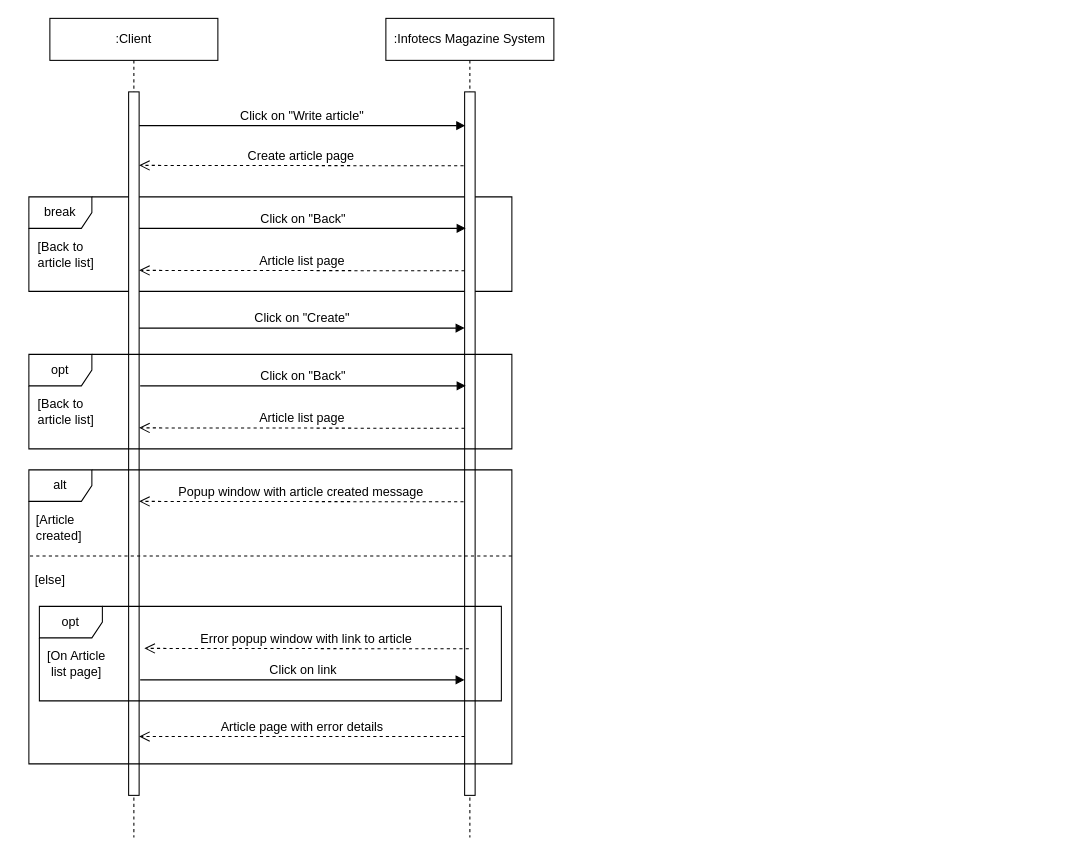
The draw.io diagram Artifacts/Sequence Diagram Create Article.drawio in HelenMakarchuk/Infotecs.Tasks, before the edit. Source tidied: cells renumbered, new cells numbered last; positions are measured from the earlier drawing's top-left corner, leaving out a move shared by most shapes. Both pictures are drawn from the tidied source at 105%, with x=0, y=0 at pixel (18, 18).
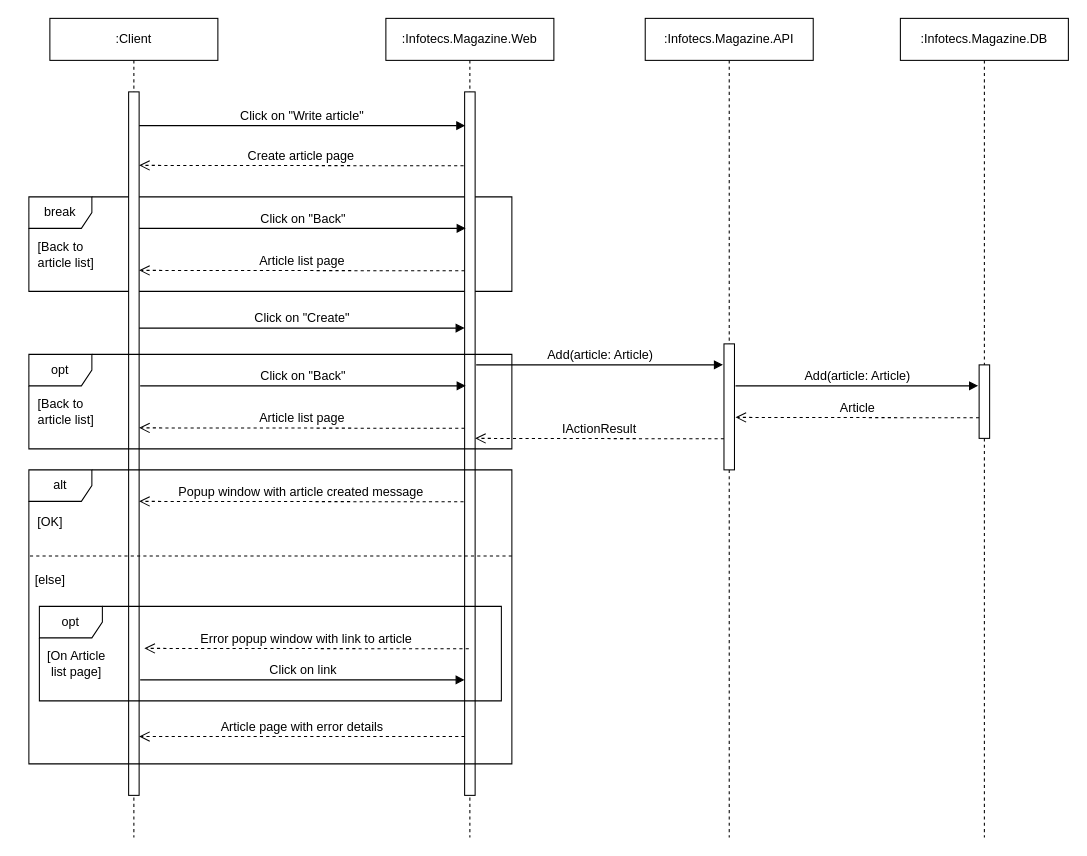
The same diagram, later.

Commit message (it also covers changes not shown here):
Update Class Diagram, Sequence Diagram

Diff of the diagram source:
```diff
@@
-    <mxCell id="5" value=":Infotecs Magazine System" style="shape=umlLifeline;perimeter=lifelinePerimeter;whiteSpace=wrap;html=1;fontSize=12;" parent="1" vertex="1">
+    <mxCell id="5" value=":Infotecs.Magazine.Web" style="shape=umlLifeline;perimeter=lifelinePerimeter;whiteSpace=wrap;html=1;fontSize=12;" parent="1" vertex="1">
       <mxGeometry x="350" width="160" height="780" as="geometry" />
     </mxCell>
@@
-    <mxCell id="19" value="[Article &lt;br style=&quot;font-size: 12px;&quot;&gt;&amp;nbsp; created]" style="text;html=1;align=center;verticalAlign=middle;fontSize=12;" parent="1" vertex="1">
-      <mxGeometry y="470" width="70" height="30" as="geometry" />
+    <mxCell id="19" value="[OK]" style="text;html=1;align=center;verticalAlign=middle;fontSize=12;" parent="1" vertex="1">
+      <mxGeometry x="10" y="470" width="40" height="20" as="geometry" />
     </mxCell>
@@
+    <mxCell id="27" value=":Infotecs.Magazine.API" style="shape=umlLifeline;perimeter=lifelinePerimeter;whiteSpace=wrap;html=1;fontSize=12;" parent="1" vertex="1">
+      <mxGeometry x="597" width="160" height="780" as="geometry" />
+    </mxCell>
+    <mxCell id="28" style="html=1;perimeter=orthogonalPerimeter;fontSize=12;" parent="27" vertex="1">
+      <mxGeometry x="75" y="310" width="10" height="120" as="geometry" />
+    </mxCell>
+    <mxCell id="29" value=":Infotecs.Magazine.DB" style="shape=umlLifeline;perimeter=lifelinePerimeter;whiteSpace=wrap;html=1;fontSize=12;" parent="1" vertex="1">
+      <mxGeometry x="840" width="160" height="780" as="geometry" />
+    </mxCell>
+    <mxCell id="30" style="html=1;perimeter=orthogonalPerimeter;fontSize=12;" parent="29" vertex="1">
+      <mxGeometry x="75" y="330" width="10" height="70" as="geometry" />
+    </mxCell>
+    <mxCell id="31" value="Add(article: Article)" style="html=1;verticalAlign=bottom;endArrow=block;exitX=1.009;exitY=0.048;exitDx=0;exitDy=0;exitPerimeter=0;fontSize=12;" parent="1" edge="1">
+      <mxGeometry relative="1" as="geometry">
+        <mxPoint x="436" y="330" as="sourcePoint" />
+        <mxPoint x="671" y="330" as="targetPoint" />
+      </mxGeometry>
+    </mxCell>
+    <mxCell id="32" value="Add(article: Article)" style="html=1;verticalAlign=bottom;endArrow=block;exitX=1.009;exitY=0.048;exitDx=0;exitDy=0;exitPerimeter=0;fontSize=12;" parent="1" edge="1">
+      <mxGeometry relative="1" as="geometry">
+        <mxPoint x="683" y="350" as="sourcePoint" />
+        <mxPoint x="914" y="350" as="targetPoint" />
+      </mxGeometry>
+    </mxCell>
+    <mxCell id="33" value="IActionResult" style="html=1;verticalAlign=bottom;endArrow=open;dashed=1;endSize=8;exitX=0.073;exitY=0.158;exitDx=0;exitDy=0;exitPerimeter=0;entryX=1.103;entryY=0.157;entryDx=0;entryDy=0;entryPerimeter=0;fontSize=12;" parent="1" edge="1">
+      <mxGeometry relative="1" as="geometry">
+        <mxPoint x="672" y="400.4" as="sourcePoint" />
+        <mxPoint x="435" y="400" as="targetPoint" />
+      </mxGeometry>
+    </mxCell>
+    <mxCell id="34" value="Article" style="html=1;verticalAlign=bottom;endArrow=open;dashed=1;endSize=8;exitX=0.073;exitY=0.158;exitDx=0;exitDy=0;exitPerimeter=0;fontSize=12;" parent="1" edge="1">
+      <mxGeometry relative="1" as="geometry">
+        <mxPoint x="915" y="380.4" as="sourcePoint" />
+        <mxPoint x="683" y="380" as="targetPoint" />
+      </mxGeometry>
+    </mxCell>
```
